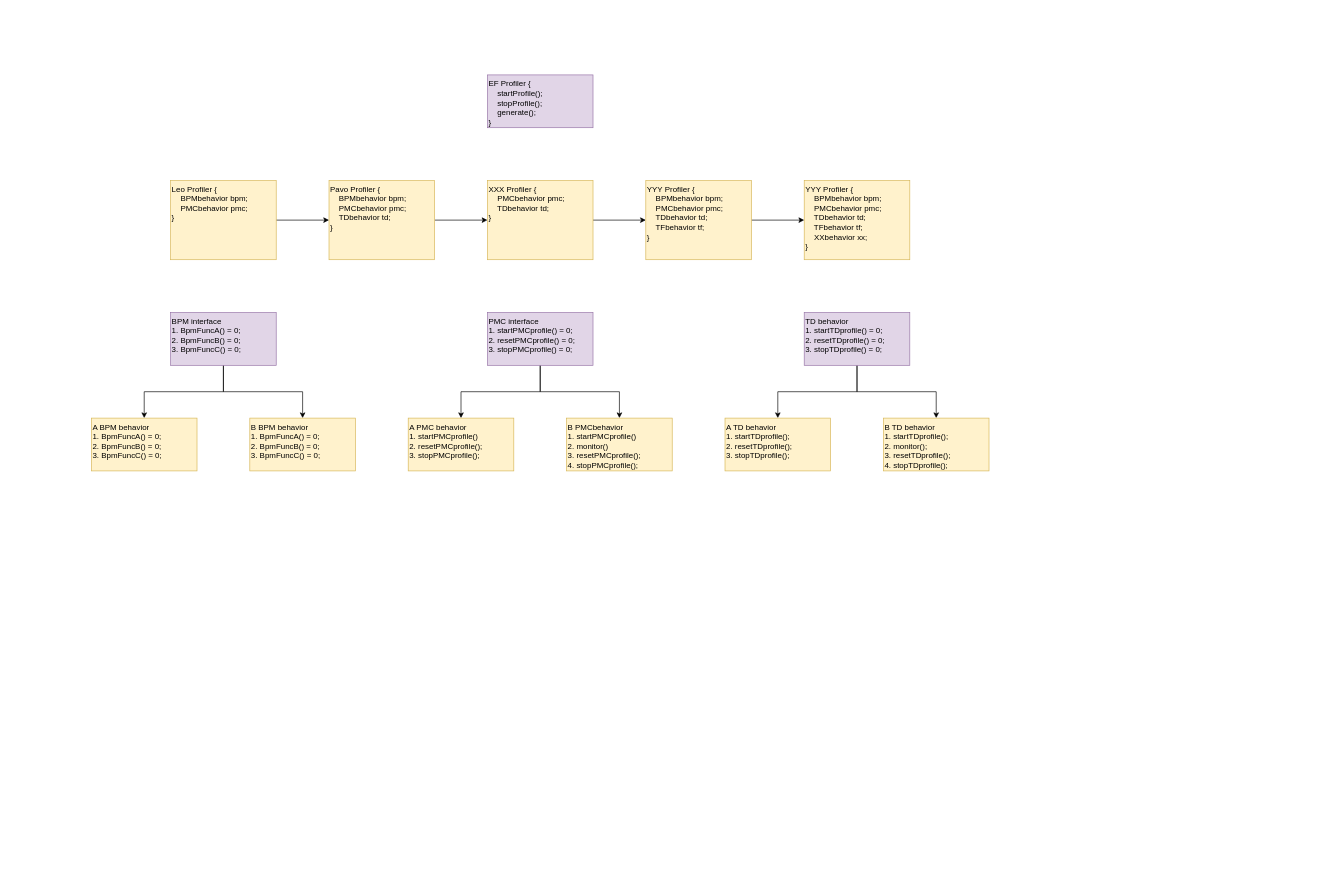
dracohan/withon keeps this draw.io diagram as page "Page-2" (2 of 2) of diagram/bpm.drawio. Above is the earlier version. Source tidied: cells renumbered, new cells numbered last; positions are measured from the earlier drawing's top-left corner, leaving out a move shared by most shapes. Both pictures are drawn from the tidied source at 66%, with x=0, y=0 at pixel (91, 75).
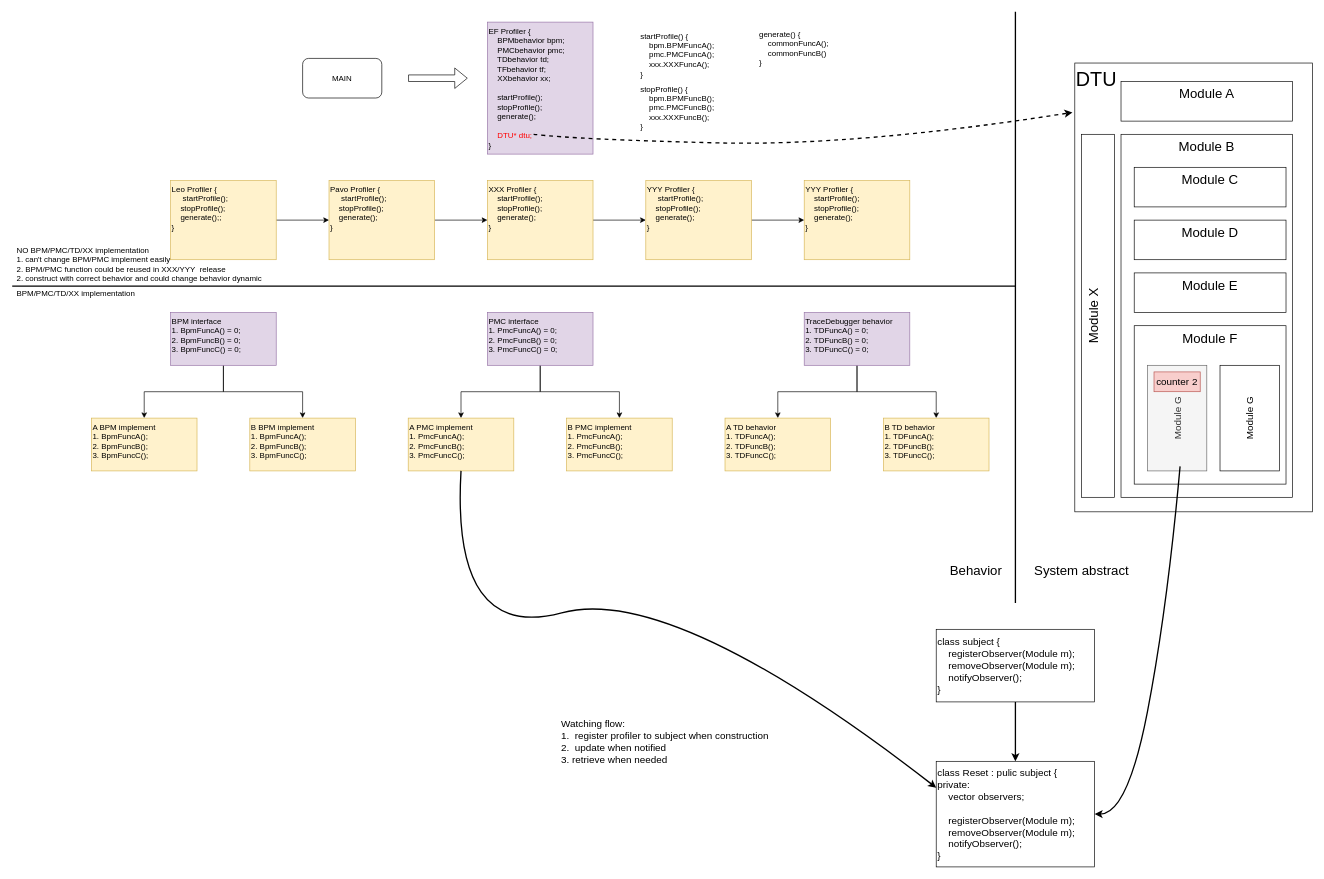
The same diagram, later.

Diff of the diagram source:
```diff
@@
-    <mxCell id="5" value="B BPM behavior&lt;br&gt;1. BpmFuncA() = 0;&lt;br&gt;2. BpmFuncB() = 0;&lt;br&gt;3. BpmFuncC()&amp;nbsp;= 0;" style="rounded=0;whiteSpace=wrap;html=1;align=left;verticalAlign=top;fillColor=#fff2cc;strokeColor=#d6b656;" parent="1" vertex="1">
+    <mxCell id="5" value="B BPM implement&lt;br&gt;1. BpmFuncA();&lt;br&gt;2. BpmFuncB();&lt;br&gt;3. BpmFuncC();" style="rounded=0;whiteSpace=wrap;html=1;align=left;verticalAlign=top;fillColor=#fff2cc;strokeColor=#d6b656;" parent="1" vertex="1">
       <mxGeometry x="240" y="520" width="160" height="80" as="geometry" />
     </mxCell>
-    <mxCell id="6" value="A BPM behavior&lt;br&gt;1. BpmFuncA() = 0;&lt;br&gt;2. BpmFuncB() = 0;&lt;br&gt;3. BpmFuncC()&amp;nbsp;= 0;" style="rounded=0;whiteSpace=wrap;html=1;align=left;verticalAlign=top;fillColor=#fff2cc;strokeColor=#d6b656;" parent="1" vertex="1">
+    <mxCell id="6" value="A BPM implement&lt;br&gt;1. BpmFuncA();&lt;br&gt;2. BpmFuncB();&lt;br&gt;3. BpmFuncC();" style="rounded=0;whiteSpace=wrap;html=1;align=left;verticalAlign=top;fillColor=#fff2cc;strokeColor=#d6b656;" parent="1" vertex="1">
       <mxGeometry y="520" width="160" height="80" as="geometry" />
     </mxCell>
@@
-    <mxCell id="9" value="PMC interface&lt;br&gt;1. startPMCprofile() = 0;&lt;br&gt;2. resetPMCprofile() = 0;&lt;br&gt;3. stopPMCprofile() = 0;" style="rounded=0;whiteSpace=wrap;html=1;labelPosition=center;verticalLabelPosition=middle;align=left;verticalAlign=top;fillColor=#e1d5e7;strokeColor=#9673a6;" parent="1" vertex="1">
+    <mxCell id="9" value="PMC interface&lt;br&gt;1. PmcFuncA() = 0;&lt;br&gt;2. PmcFuncB() = 0;&lt;br&gt;3. PmcFuncC() = 0;" style="rounded=0;whiteSpace=wrap;html=1;labelPosition=center;verticalLabelPosition=middle;align=left;verticalAlign=top;fillColor=#e1d5e7;strokeColor=#9673a6;" parent="1" vertex="1">
       <mxGeometry x="600" y="360" width="160" height="80" as="geometry" />
     </mxCell>
-    <mxCell id="10" value="B PMCbehavior&lt;br&gt;1. startPMCprofile()&lt;br&gt;2. monitor()&lt;br&gt;3. resetPMCprofile();&lt;br&gt;4. stopPMCprofile();" style="rounded=0;whiteSpace=wrap;html=1;align=left;verticalAlign=top;fillColor=#fff2cc;strokeColor=#d6b656;" parent="1" vertex="1">
+    <mxCell id="10" value="B PMC implement&lt;br&gt;1. PmcFuncA();&lt;br&gt;2. PmcFuncB();&lt;br&gt;3. PmcFuncC();" style="rounded=0;whiteSpace=wrap;html=1;align=left;verticalAlign=top;fillColor=#fff2cc;strokeColor=#d6b656;" parent="1" vertex="1">
       <mxGeometry x="720" y="520" width="160" height="80" as="geometry" />
     </mxCell>
-    <mxCell id="11" value="A PMC&amp;nbsp;behavior&lt;br&gt;1. startPMCprofile()&lt;br&gt;2. resetPMCprofile();&lt;br&gt;3. stopPMCprofile();" style="rounded=0;whiteSpace=wrap;html=1;align=left;verticalAlign=top;fillColor=#fff2cc;strokeColor=#d6b656;" parent="1" vertex="1">
+    <mxCell id="11" value="A PMC implement&lt;br&gt;1. PmcFuncA();&lt;br&gt;2. PmcFuncB();&lt;br&gt;3. PmcFuncC();" style="rounded=0;whiteSpace=wrap;html=1;align=left;verticalAlign=top;fillColor=#fff2cc;strokeColor=#d6b656;" parent="1" vertex="1">
       <mxGeometry x="480" y="520" width="160" height="80" as="geometry" />
     </mxCell>
@@
-    <mxCell id="13" value="Pavo Profiler {&lt;br&gt;&amp;nbsp; &amp;nbsp; BPMbehavior bpm;&lt;br&gt;&amp;nbsp; &amp;nbsp; PMCbehavior pmc;&lt;br&gt;&amp;nbsp; &amp;nbsp; TDbehavior td;&lt;br&gt;}" style="rounded=0;whiteSpace=wrap;html=1;align=left;verticalAlign=top;fillColor=#fff2cc;strokeColor=#d6b656;" parent="1" vertex="1">
+    <mxCell id="13" value="Pavo Profiler {&lt;br&gt;&amp;nbsp; &amp;nbsp;&amp;nbsp;&amp;nbsp;startProfile();&lt;br&gt;&amp;nbsp; &amp;nbsp;&amp;nbsp;stopProfile();&lt;br&gt;&amp;nbsp; &amp;nbsp; generate();&lt;br&gt;}" style="rounded=0;whiteSpace=wrap;html=1;align=left;verticalAlign=top;fillColor=#fff2cc;strokeColor=#d6b656;" parent="1" vertex="1">
       <mxGeometry x="360" y="160" width="160" height="120" as="geometry" />
     </mxCell>
@@
-    <mxCell id="15" value="Leo Profiler {&lt;br&gt;&amp;nbsp; &amp;nbsp; BPMbehavior bpm;&lt;br&gt;&amp;nbsp; &amp;nbsp; PMCbehavior pmc;&lt;br&gt;}" style="rounded=0;whiteSpace=wrap;html=1;align=left;verticalAlign=top;fillColor=#fff2cc;strokeColor=#d6b656;" parent="1" vertex="1">
+    <mxCell id="15" value="Leo Profiler {&lt;br&gt;&amp;nbsp; &amp;nbsp;&amp;nbsp;&amp;nbsp;startProfile();&lt;br&gt;&amp;nbsp; &amp;nbsp;&amp;nbsp;stopProfile();&lt;br&gt;&amp;nbsp; &amp;nbsp; generate();;&lt;br&gt;}" style="rounded=0;whiteSpace=wrap;html=1;align=left;verticalAlign=top;fillColor=#fff2cc;strokeColor=#d6b656;" parent="1" vertex="1">
       <mxGeometry x="120" y="160" width="160" height="120" as="geometry" />
     </mxCell>
@@
-    <mxCell id="17" value="XXX Profiler {&lt;br&gt;&amp;nbsp; &amp;nbsp;&amp;nbsp;PMCbehavior pmc;&lt;br&gt;&amp;nbsp; &amp;nbsp; TDbehavior td;&lt;br&gt;}" style="rounded=0;whiteSpace=wrap;html=1;align=left;verticalAlign=top;fillColor=#fff2cc;strokeColor=#d6b656;" parent="1" vertex="1">
+    <mxCell id="17" value="XXX Profiler {&lt;br&gt;&amp;nbsp; &amp;nbsp;&amp;nbsp;startProfile();&lt;br&gt;&amp;nbsp; &amp;nbsp;&amp;nbsp;stopProfile();&lt;br&gt;&amp;nbsp; &amp;nbsp; generate();&lt;br&gt;}" style="rounded=0;whiteSpace=wrap;html=1;align=left;verticalAlign=top;fillColor=#fff2cc;strokeColor=#d6b656;" parent="1" vertex="1">
       <mxGeometry x="600" y="160" width="160" height="120" as="geometry" />
     </mxCell>
-    <mxCell id="18" value="EF Profiler {&lt;br&gt;&amp;nbsp; &amp;nbsp; startProfile();&lt;br&gt;&amp;nbsp; &amp;nbsp;&amp;nbsp;stopProfile();&lt;br&gt;&amp;nbsp; &amp;nbsp; generate();&lt;br&gt;}" style="rounded=0;whiteSpace=wrap;html=1;align=left;verticalAlign=top;fillColor=#e1d5e7;strokeColor=#9673a6;" parent="1" vertex="1">
-      <mxGeometry x="600" width="160" height="80" as="geometry" />
+    <mxCell id="18" value="EF Profiler {&lt;br&gt;&amp;nbsp; &amp;nbsp; BPMbehavior bpm;&lt;br&gt;&amp;nbsp; &amp;nbsp; PMCbehavior pmc;&lt;br&gt;&amp;nbsp; &amp;nbsp; TDbehavior td;&lt;br&gt;&amp;nbsp; &amp;nbsp; TFbehavior tf;&lt;br&gt;&amp;nbsp; &amp;nbsp; XXbehavior xx;&lt;br&gt;&lt;br&gt;&amp;nbsp; &amp;nbsp; startProfile();&lt;br&gt;&amp;nbsp; &amp;nbsp;&amp;nbsp;stopProfile();&lt;br&gt;&amp;nbsp; &amp;nbsp; generate();&lt;br&gt;&lt;br&gt;&amp;nbsp; &amp;nbsp;&lt;font color=&quot;#ff0000&quot;&gt; DTU* dtu;&lt;/font&gt;&lt;br&gt;}" style="rounded=0;whiteSpace=wrap;html=1;align=left;verticalAlign=top;fillColor=#e1d5e7;strokeColor=#9673a6;" parent="1" vertex="1">
+      <mxGeometry x="600" y="-80" width="160" height="200" as="geometry" />
     </mxCell>
@@
-    <mxCell id="21" value="TD behavior&lt;br&gt;1. startTDprofile() = 0;&lt;br&gt;2. resetTDprofile() = 0;&lt;br&gt;3. stopTDprofile() = 0;" style="rounded=0;whiteSpace=wrap;html=1;labelPosition=center;verticalLabelPosition=middle;align=left;verticalAlign=top;fillColor=#e1d5e7;strokeColor=#9673a6;" parent="1" vertex="1">
+    <mxCell id="21" value="TraceDebugger behavior&lt;br&gt;1. TDFuncA() = 0;&lt;br&gt;2. TDFuncB() = 0;&lt;br&gt;3. TDFuncC() = 0;" style="rounded=0;whiteSpace=wrap;html=1;labelPosition=center;verticalLabelPosition=middle;align=left;verticalAlign=top;fillColor=#e1d5e7;strokeColor=#9673a6;" parent="1" vertex="1">
       <mxGeometry x="1080" y="360" width="160" height="80" as="geometry" />
     </mxCell>
-    <mxCell id="22" value="B TD behavior&lt;br&gt;1. startTDprofile();&lt;br&gt;2. monitor();&lt;br&gt;3. resetTDprofile();&lt;br&gt;4. stopTDprofile();" style="rounded=0;whiteSpace=wrap;html=1;align=left;verticalAlign=top;fillColor=#fff2cc;strokeColor=#d6b656;" parent="1" vertex="1">
+    <mxCell id="22" value="B TD behavior&lt;br&gt;1. TDFuncA();&lt;br&gt;2. TDFuncB();&lt;br&gt;3. TDFuncC();" style="rounded=0;whiteSpace=wrap;html=1;align=left;verticalAlign=top;fillColor=#fff2cc;strokeColor=#d6b656;" parent="1" vertex="1">
       <mxGeometry x="1200" y="520" width="160" height="80" as="geometry" />
     </mxCell>
-    <mxCell id="23" value="A TD behavior&lt;br&gt;1. startTDprofile();&lt;br&gt;2. resetTDprofile();&lt;br&gt;3. stopTDprofile();" style="rounded=0;whiteSpace=wrap;html=1;align=left;verticalAlign=top;fillColor=#fff2cc;strokeColor=#d6b656;" parent="1" vertex="1">
+    <mxCell id="23" value="A TD behavior&lt;br&gt;1. TDFuncA();&lt;br&gt;2. TDFuncB();&lt;br&gt;3. TDFuncC();" style="rounded=0;whiteSpace=wrap;html=1;align=left;verticalAlign=top;fillColor=#fff2cc;strokeColor=#d6b656;" parent="1" vertex="1">
       <mxGeometry x="960" y="520" width="160" height="80" as="geometry" />
     </mxCell>
@@
-    <mxCell id="25" value="YYY Profiler {&lt;br&gt;&amp;nbsp; &amp;nbsp; BPMbehavior bpm;&lt;br&gt;&amp;nbsp; &amp;nbsp; PMCbehavior pmc;&lt;br&gt;&amp;nbsp; &amp;nbsp; TDbehavior td;&lt;br&gt;&amp;nbsp; &amp;nbsp; TFbehavior tf;&lt;br&gt;}" style="rounded=0;whiteSpace=wrap;html=1;align=left;verticalAlign=top;fillColor=#fff2cc;strokeColor=#d6b656;" parent="1" vertex="1">
+    <mxCell id="25" value="YYY Profiler {&lt;br&gt;&amp;nbsp; &amp;nbsp;&amp;nbsp;&amp;nbsp;startProfile();&lt;br&gt;&amp;nbsp; &amp;nbsp;&amp;nbsp;stopProfile();&lt;br&gt;&amp;nbsp; &amp;nbsp; generate();&lt;br&gt;}" style="rounded=0;whiteSpace=wrap;html=1;align=left;verticalAlign=top;fillColor=#fff2cc;strokeColor=#d6b656;" parent="1" vertex="1">
       <mxGeometry x="840" y="160" width="160" height="120" as="geometry" />
     </mxCell>
-    <mxCell id="26" value="YYY Profiler {&lt;br&gt;&amp;nbsp; &amp;nbsp; BPMbehavior bpm;&lt;br&gt;&amp;nbsp; &amp;nbsp; PMCbehavior pmc;&lt;br&gt;&amp;nbsp; &amp;nbsp; TDbehavior td;&lt;br&gt;&amp;nbsp; &amp;nbsp; TFbehavior tf;&lt;br&gt;&amp;nbsp; &amp;nbsp; XXbehavior xx;&lt;br&gt;}" style="rounded=0;whiteSpace=wrap;html=1;align=left;verticalAlign=top;fillColor=#fff2cc;strokeColor=#d6b656;" parent="1" vertex="1">
+    <mxCell id="26" value="YYY Profiler {&lt;br&gt;&amp;nbsp; &amp;nbsp;&amp;nbsp;startProfile();&lt;br&gt;&amp;nbsp; &amp;nbsp;&amp;nbsp;stopProfile();&lt;br&gt;&amp;nbsp; &amp;nbsp; generate();&lt;br&gt;}" style="rounded=0;whiteSpace=wrap;html=1;align=left;verticalAlign=top;fillColor=#fff2cc;strokeColor=#d6b656;" parent="1" vertex="1">
       <mxGeometry x="1080" y="160" width="160" height="120" as="geometry" />
     </mxCell>
+    <mxCell id="27" style="endArrow=none;html=1;fontStyle=1;fontSize=20;strokeWidth=2;" parent="1" edge="1">
+      <mxGeometry relative="1" as="geometry">
+        <mxPoint x="-120" y="320" as="sourcePoint" />
+        <mxPoint x="1400" y="320" as="targetPoint" />
+      </mxGeometry>
+    </mxCell>
+    <mxCell id="28" value="NO BPM/PMC/TD/XX implementation&lt;br&gt;1. can't change BPM/PMC implement easily&lt;br&gt;2. BPM/PMC function could be reused in XXX/YYY&amp;nbsp; release&lt;br&gt;2. construct with correct behavior and could change behavior dynamic" style="text;html=1;align=left;verticalAlign=middle;fillColor=none;strokeColor=none;rounded=0;" parent="1" vertex="1">
+      <mxGeometry x="-115" y="257" width="390" height="60" as="geometry" />
+    </mxCell>
+    <mxCell id="29" value="&lt;span&gt;BPM/PMC/TD/XX implementation&lt;/span&gt;" style="text;html=1;align=left;verticalAlign=middle;fillColor=none;strokeColor=none;rounded=0;fontStyle=0;" parent="1" vertex="1">
+      <mxGeometry x="-115" y="322" width="200" height="20" as="geometry" />
+    </mxCell>
+    <mxCell id="30" value="MAIN" style="rounded=1;whiteSpace=wrap;html=1;align=center;" parent="1" vertex="1">
+      <mxGeometry x="320" y="-25" width="120" height="60" as="geometry" />
+    </mxCell>
+    <mxCell id="31" style="shape=flexArrow;endArrow=classic;html=1;" parent="1" edge="1">
+      <mxGeometry relative="1" as="geometry">
+        <mxPoint x="480" y="5" as="sourcePoint" />
+        <mxPoint x="570" y="5" as="targetPoint" />
+      </mxGeometry>
+    </mxCell>
+    <mxCell id="32" value="startProfile() {&lt;br&gt;&amp;nbsp; &amp;nbsp; bpm.BPMFuncA();&lt;br&gt;&amp;nbsp; &amp;nbsp; pmc.PMCFuncA();&lt;br&gt;&amp;nbsp; &amp;nbsp; xxx.XXXFuncA();&lt;br&gt;}" style="text;html=1;align=left;verticalAlign=middle;fillColor=none;strokeColor=none;rounded=0;fontSize=12;" parent="1" vertex="1">
+      <mxGeometry x="830" y="-70" width="130" height="80" as="geometry" />
+    </mxCell>
+    <mxCell id="33" value="stopProfile() {&lt;br&gt;&amp;nbsp; &amp;nbsp; bpm.BPMFuncB();&lt;br&gt;&amp;nbsp; &amp;nbsp; pmc.PMCFuncB();&lt;br&gt;&amp;nbsp; &amp;nbsp; xxx.XXXFuncB();&lt;br&gt;}" style="text;html=1;align=left;verticalAlign=middle;fillColor=none;strokeColor=none;rounded=0;fontSize=12;" parent="1" vertex="1">
+      <mxGeometry x="830" y="10" width="130" height="80" as="geometry" />
+    </mxCell>
+    <mxCell id="34" value="generate() {&lt;br&gt;&amp;nbsp; &amp;nbsp; commonFuncA();&lt;br&gt;&amp;nbsp; &amp;nbsp; commonFuncB()&lt;br&gt;}" style="text;html=1;align=left;verticalAlign=middle;fillColor=none;strokeColor=none;rounded=0;fontSize=12;" parent="1" vertex="1">
+      <mxGeometry x="1010" y="-70" width="120" height="60" as="geometry" />
+    </mxCell>
+    <mxCell id="35" value="DTU" style="rounded=0;whiteSpace=wrap;html=1;fontSize=30;align=left;verticalAlign=top;" parent="1" vertex="1">
+      <mxGeometry x="1490" y="-18" width="360" height="680" as="geometry" />
+    </mxCell>
+    <mxCell id="36" style="endArrow=none;html=1;strokeWidth=2;fontSize=12;" parent="1" edge="1">
+      <mxGeometry relative="1" as="geometry">
+        <mxPoint x="1400" y="800" as="sourcePoint" />
+        <mxPoint x="1400" y="-95.7" as="targetPoint" />
+      </mxGeometry>
+    </mxCell>
+    <mxCell id="37" value="Behavior" style="text;html=1;align=center;verticalAlign=middle;fillColor=none;strokeColor=none;rounded=0;fontSize=20;" parent="1" vertex="1">
+      <mxGeometry x="1310" y="740" width="60" height="20" as="geometry" />
+    </mxCell>
+    <mxCell id="38" value="System abstract" style="text;html=1;align=center;verticalAlign=middle;fillColor=none;strokeColor=none;rounded=0;fontSize=20;" parent="1" vertex="1">
+      <mxGeometry x="1420" y="735" width="160" height="30" as="geometry" />
+    </mxCell>
+    <mxCell id="39" value="Module A" style="rounded=0;whiteSpace=wrap;html=1;fontSize=20;align=center;verticalAlign=top;" parent="1" vertex="1">
+      <mxGeometry x="1560" y="10" width="260" height="60" as="geometry" />
+    </mxCell>
+    <mxCell id="40" value="Module B" style="rounded=0;whiteSpace=wrap;html=1;fontSize=20;align=center;verticalAlign=top;" parent="1" vertex="1">
+      <mxGeometry x="1560" y="90" width="260" height="550" as="geometry" />
+    </mxCell>
+    <mxCell id="41" value="Module C" style="rounded=0;whiteSpace=wrap;html=1;fontSize=20;align=center;verticalAlign=top;" parent="1" vertex="1">
+      <mxGeometry x="1580" y="140" width="230" height="60" as="geometry" />
+    </mxCell>
+    <mxCell id="42" value="Module D" style="rounded=0;whiteSpace=wrap;html=1;fontSize=20;align=center;verticalAlign=top;" parent="1" vertex="1">
+      <mxGeometry x="1580" y="220" width="230" height="60" as="geometry" />
+    </mxCell>
+    <mxCell id="43" value="Module E" style="rounded=0;whiteSpace=wrap;html=1;fontSize=20;align=center;verticalAlign=top;" parent="1" vertex="1">
+      <mxGeometry x="1580" y="300" width="230" height="60" as="geometry" />
+    </mxCell>
+    <mxCell id="44" value="Module F" style="rounded=0;whiteSpace=wrap;html=1;fontSize=20;align=center;verticalAlign=top;" parent="1" vertex="1">
+      <mxGeometry x="1580" y="380" width="230" height="240" as="geometry" />
+    </mxCell>
+    <mxCell id="45" value="Module G" style="rounded=0;whiteSpace=wrap;html=1;fontSize=15;align=center;verticalAlign=middle;horizontal=0;fillColor=#f5f5f5;strokeColor=#666666;fontColor=#333333;" parent="1" vertex="1">
+      <mxGeometry x="1600" y="440" width="90" height="160" as="geometry" />
+    </mxCell>
+    <mxCell id="46" value="Module G" style="rounded=0;whiteSpace=wrap;html=1;fontSize=15;align=center;verticalAlign=middle;horizontal=0;" parent="1" vertex="1">
+      <mxGeometry x="1710" y="440" width="90" height="160" as="geometry" />
+    </mxCell>
+    <mxCell id="47" value="Module X" style="rounded=0;whiteSpace=wrap;html=1;fontSize=20;align=center;verticalAlign=top;horizontal=0;" parent="1" vertex="1">
+      <mxGeometry x="1500" y="90" width="50" height="550" as="geometry" />
+    </mxCell>
+    <mxCell id="48" style="curved=1;endArrow=classic;html=1;strokeWidth=2;fontSize=15;entryX=-0.01;entryY=0.113;entryDx=0;entryDy=0;entryPerimeter=0;dashed=1;" parent="1" edge="1">
+      <mxGeometry relative="1" as="geometry">
+        <mxPoint x="670" y="90" as="sourcePoint" />
+        <mxPoint x="1486.4" y="56.8" as="targetPoint" />
+        <Array as="points">
+          <mxPoint x="740" y="98" />
+          <mxPoint x="1160" y="108" />
+        </Array>
+      </mxGeometry>
+    </mxCell>
+    <mxCell id="49" value="counter 2" style="rounded=0;whiteSpace=wrap;html=1;fontSize=15;align=center;fillColor=#f8cecc;strokeColor=#b85450;" parent="1" vertex="1">
+      <mxGeometry x="1610" y="450" width="70" height="30" as="geometry" />
+    </mxCell>
+    <mxCell id="50" style="edgeStyle=orthogonalEdgeStyle;rounded=0;jettySize=auto;html=1;strokeWidth=2;fontSize=15;" parent="1" edge="1" source="51" target="52">
+      <mxGeometry relative="1" as="geometry" />
+    </mxCell>
+    <mxCell id="51" value="class subject {&lt;br&gt;&amp;nbsp; &amp;nbsp; registerObserver(Module m);&lt;br&gt;&amp;nbsp; &amp;nbsp; removeObserver(Module m);&lt;br&gt;&amp;nbsp; &amp;nbsp; notifyObserver();&lt;br&gt;}" style="rounded=0;whiteSpace=wrap;html=1;fontSize=15;align=left;" parent="1" vertex="1">
+      <mxGeometry x="1280" y="840" width="240" height="110" as="geometry" />
+    </mxCell>
+    <mxCell id="52" value="class Reset : pulic subject {&lt;br&gt;private:&amp;nbsp;&lt;br&gt;&amp;nbsp; &amp;nbsp; vector observers;&lt;br&gt;&lt;br&gt;&amp;nbsp; &amp;nbsp; registerObserver(Module m);&lt;br&gt;&amp;nbsp; &amp;nbsp; removeObserver(Module m);&lt;br&gt;&amp;nbsp; &amp;nbsp; notifyObserver();&lt;br&gt;}" style="rounded=0;whiteSpace=wrap;html=1;fontSize=15;align=left;" parent="1" vertex="1">
+      <mxGeometry x="1280" y="1040" width="240" height="160" as="geometry" />
+    </mxCell>
+    <mxCell id="53" style="curved=1;endArrow=none;html=1;strokeWidth=2;fontSize=15;entryX=0.55;entryY=0.957;entryDx=0;entryDy=0;entryPerimeter=0;startArrow=classic;startFill=1;endFill=0;" parent="1" edge="1" target="45">
+      <mxGeometry relative="1" as="geometry">
+        <mxPoint x="1520" y="1120" as="sourcePoint" />
+        <Array as="points">
+          <mxPoint x="1570" y="1120" />
+          <mxPoint x="1630" y="810" />
+        </Array>
+      </mxGeometry>
+    </mxCell>
+    <mxCell id="54" value="Watching flow:&lt;br&gt;1.&amp;nbsp; register profiler to subject when construction&lt;br&gt;2.&amp;nbsp; update when notified&amp;nbsp;&lt;br&gt;3. retrieve when needed" style="text;html=1;align=left;verticalAlign=middle;fillColor=none;strokeColor=none;rounded=0;fontSize=15;" parent="1" vertex="1">
+      <mxGeometry x="710" y="970" width="330" height="80" as="geometry" />
+    </mxCell>
+    <mxCell id="55" style="curved=1;endArrow=classic;html=1;strokeWidth=2;fontSize=15;exitX=0.5;exitY=1;exitDx=0;exitDy=0;entryX=0;entryY=0.25;entryDx=0;entryDy=0;" parent="1" edge="1" source="11" target="52">
+      <mxGeometry relative="1" as="geometry">
+        <Array as="points">
+          <mxPoint x="545" y="860" />
+          <mxPoint x="880" y="770" />
+        </Array>
+      </mxGeometry>
+    </mxCell>
```
